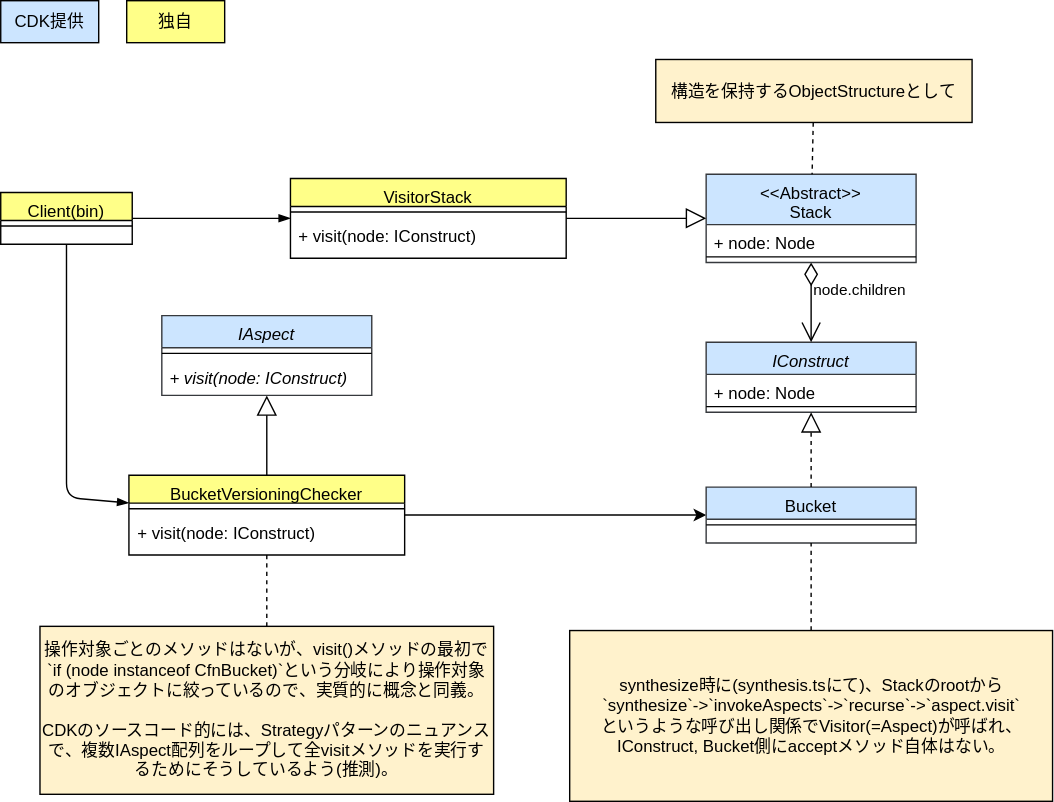
go-to-k/cdk-gof-design-pattern keeps this draw.io diagram as drawio/visitor/visitor-cdk-simplified.drawio.svg. Above is the earlier version. Source tidied: cells renumbered, new cells last; positions are measured from the earlier drawing's top-left corner, leaving out a move shared by most shapes.
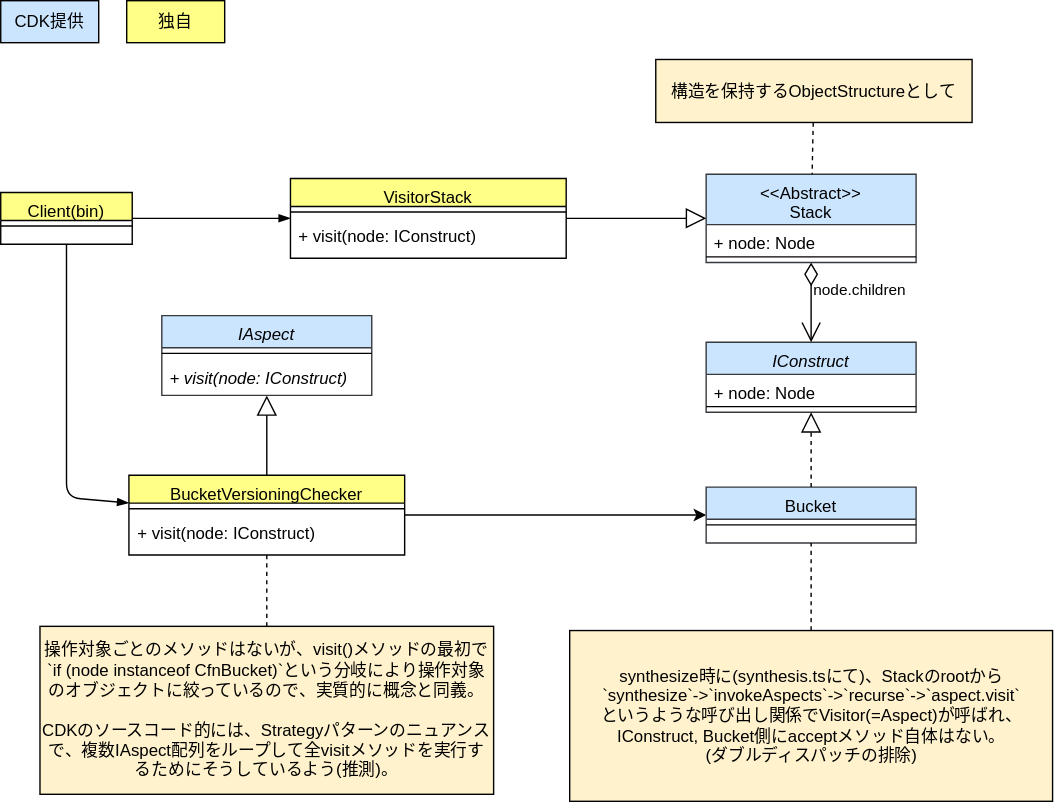
Later version of the same file.

Commit message:
update visitor diagrams

What changed in the source:
```diff
@@ -59,7 +59,7 @@
     <mxCell id="20" style="edgeStyle=none;html=1;dashed=1;strokeColor=#000000;endArrow=none;endFill=0;" parent="1" edge="1" source="21" target="12">
       <mxGeometry relative="1" as="geometry" />
     </mxCell>
-    <mxCell id="21" value="synthesize時に(synthesis.tsにて)、Stackのrootから&lt;br&gt;`synthesize`-&amp;gt;`invokeAspects`-&amp;gt;`recurse`-&amp;gt;`aspect.visit`&lt;br&gt;というような呼び出し関係でVisitor(=Aspect)が呼ばれ、&lt;br&gt;IConstruct, Bucket側にacceptメソッド自体はない。" style="text;html=1;strokeColor=#000000;fillColor=#fff2cc;align=center;verticalAlign=middle;whiteSpace=wrap;rounded=0;fontColor=#000000;" parent="1" vertex="1">
+    <mxCell id="21" value="synthesize時に(synthesis.tsにて)、Stackのrootから&lt;br&gt;`synthesize`-&amp;gt;`invokeAspects`-&amp;gt;`recurse`-&amp;gt;`aspect.visit`&lt;br&gt;というような呼び出し関係でVisitor(=Aspect)が呼ばれ、&lt;br&gt;IConstruct, Bucket側にacceptメソッド自体はない。&lt;br&gt;(ダブルディスパッチの排除)" style="text;html=1;strokeColor=#000000;fillColor=#fff2cc;align=center;verticalAlign=middle;whiteSpace=wrap;rounded=0;fontColor=#000000;" parent="1" vertex="1">
       <mxGeometry x="406.5" y="450" width="345" height="122" as="geometry" />
     </mxCell>
     <mxCell id="22" value="node.children" style="endArrow=open;html=1;endSize=12;startArrow=diamondThin;startSize=14;startFill=0;edgeStyle=orthogonalEdgeStyle;align=left;verticalAlign=bottom;rounded=0;fontColor=#000000;strokeColor=#000000;labelBackgroundColor=none;" parent="1" edge="1" source="23" target="14">
```
